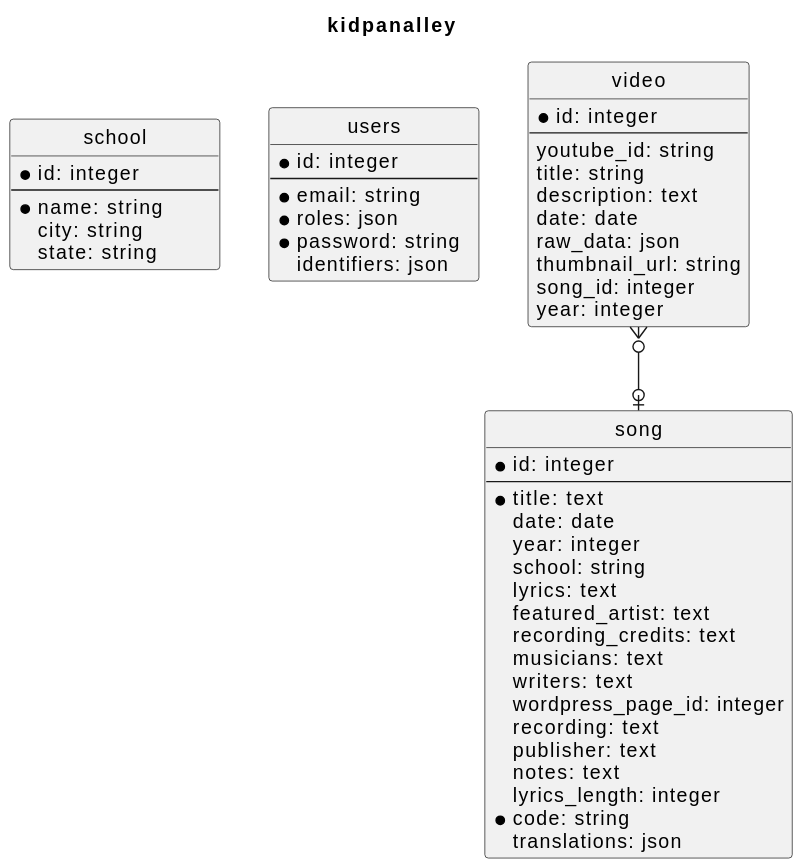
Earlier version of the PlantUML export assets/db.svg (survos/kidpanalley).
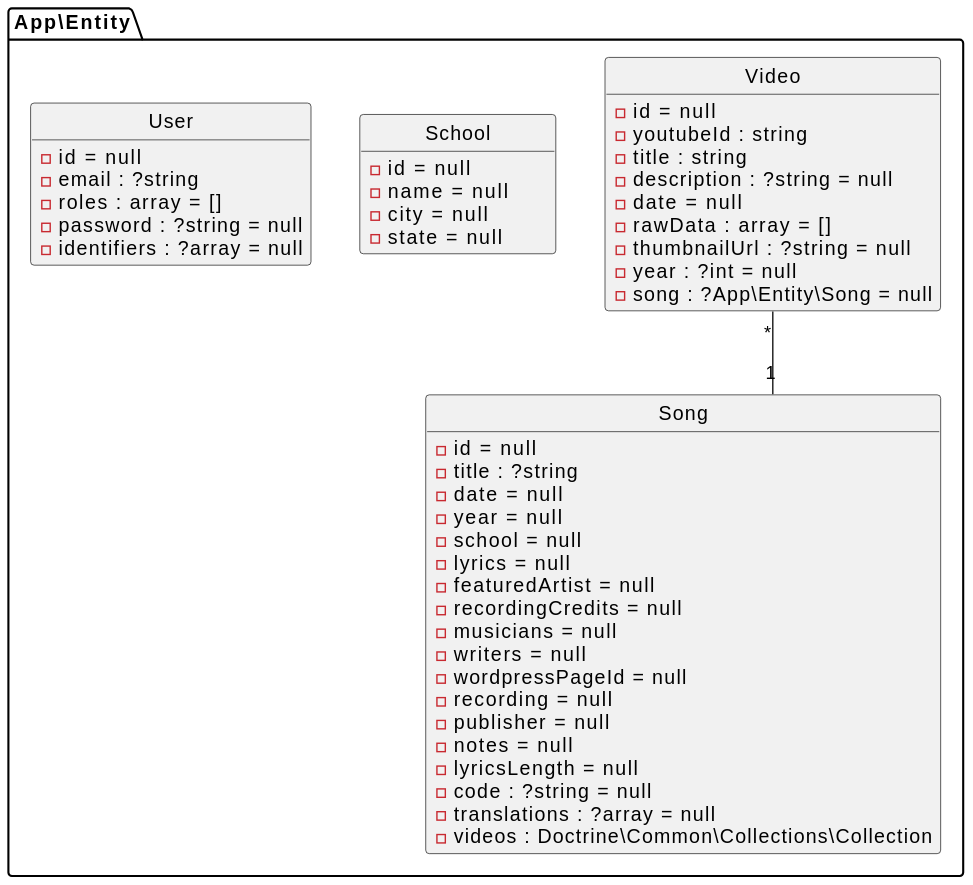
After the change.

What changed in the source:
```diff
@@ -1,56 +1,54 @@
 @startuml
+set separator \
+!pragma useIntermediatePackages false
+skinparam linetype ortho
+skinparam MinClassWidth 140
+hide circle
 hide empty members
-hide circle
-skinparam MinClassWidth 150
-skinparam LineType Ortho
-title kidpanalley
 !theme _none_
-entity school {
-* id: integer
---
-* name: string
- city: string
- state: string
+class App\Entity\Song {
+- id = null
+- title : ?string
+- date = null
+- year = null
+- school = null
+- lyrics = null
+- featuredArtist = null
+- recordingCredits = null
+- musicians = null
+- writers = null
+- wordpressPageId = null
+- recording = null
+- publisher = null
+- notes = null
+- lyricsLength = null
+- code : ?string = null
+- translations : ?array = null
+- videos : Doctrine\Common\Collections\Collection
 }
-entity users {
-* id: integer
---
-* email: string
-* roles: json
-* password: string
- identifiers: json
+class App\Entity\User {
+- id = null
+- email : ?string
+- roles : array = []
+- password : ?string = null
+- identifiers : ?array = null
 }
-entity video {
-* id: integer
---
- youtube_id: string
- title: string
- description: text
- date: date
- raw_data: json
- thumbnail_url: string
- song_id: integer
- year: integer
+class App\Entity\School {
+- id = null
+- name = null
+- city = null
+- state = null
 }
-entity song {
-* id: integer
---
-* title: text
- date: date
- year: integer
- school: string
- lyrics: text
- featured_artist: text
- recording_credits: text
- musicians: text
- writers: text
- wordpress_page_id: integer
- recording: text
- publisher: text
- notes: text
- lyrics_length: integer
-* code: string
- translations: json
+class App\Entity\Video {
+- id = null
+- youtubeId : string
+- title : string
+- description : ?string = null
+- date = null
+- rawData : array = []
+- thumbnailUrl : ?string = null
+- year : ?int = null
+- song : ?App\Entity\Song = null
 }
-video }o--o| song
+App\Entity\Video "*" -- "1" App\Entity\Song
 @enduml
```
